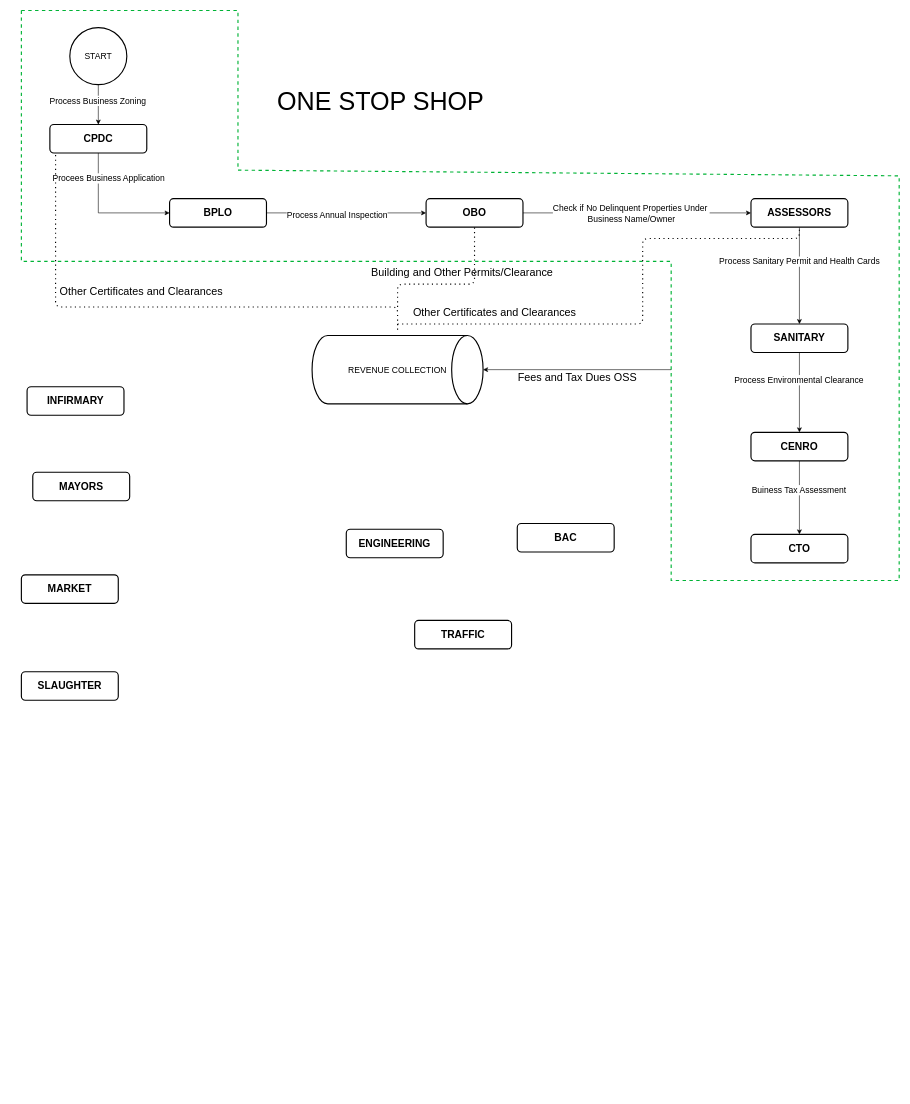
Earlier version of the draw.io diagram Untitled Diagram.drawio (sonjie24/Schema). Source tidied: cells renumbered, new cells numbered last; positions are measured from the earlier drawing's top-left corner, leaving out a move shared by most shapes. Both pictures are drawn from the tidied source at 57%, with x=0, y=0 at pixel (21, 10).
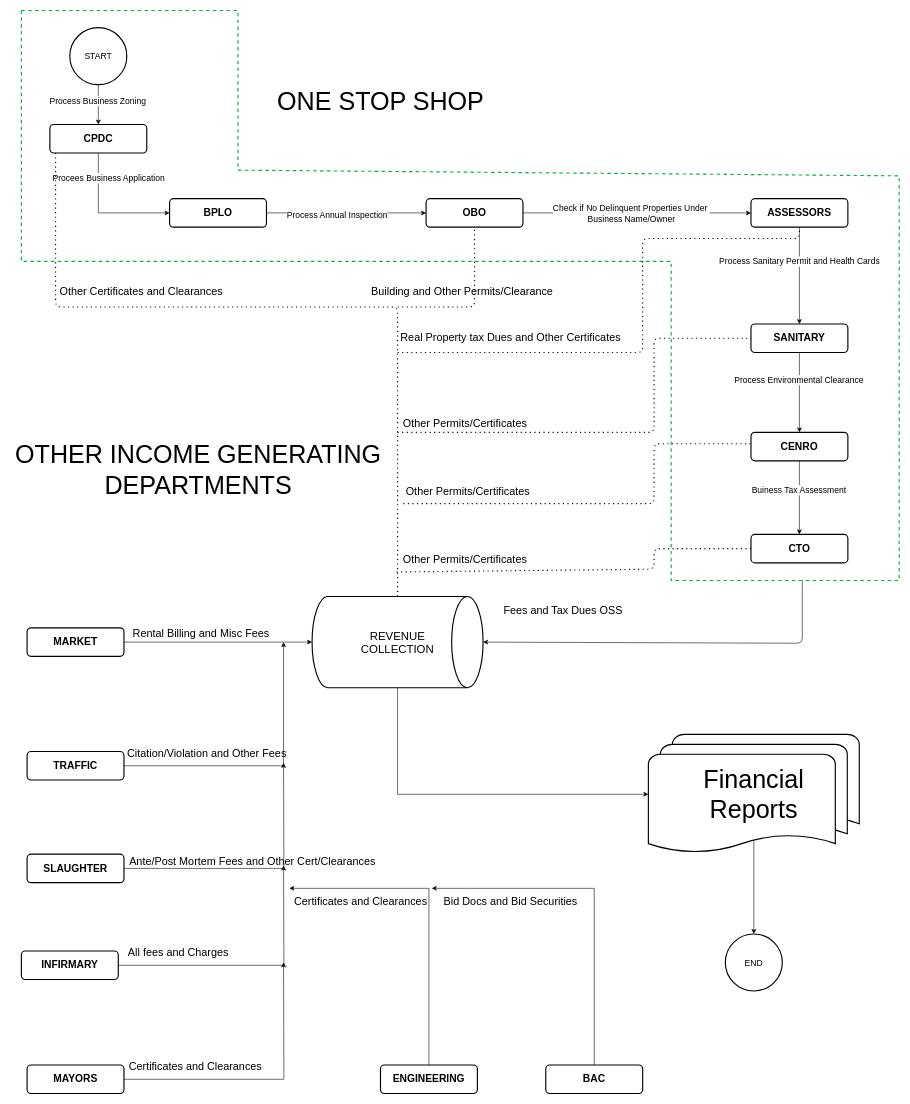
After the change.

The change refers to these unchanged cells:
```xml
<mxCell id="11" value="&lt;h2&gt;OBO&lt;/h2&gt;" style="rounded=1;whiteSpace=wrap;html=1;absoluteArcSize=1;arcSize=14;strokeWidth=2;" parent="1" vertex="1">
  <mxGeometry x="710" y="330" width="170" height="50" as="geometry" />
</mxCell>
<mxCell id="15" value="&lt;h2&gt;ASSESSORS&lt;/h2&gt;" style="rounded=1;whiteSpace=wrap;html=1;absoluteArcSize=1;arcSize=14;strokeWidth=2;" parent="1" vertex="1">
  <mxGeometry x="1280" y="330" width="170" height="50" as="geometry" />
</mxCell>
<mxCell id="19" value="&lt;h2&gt;SANITARY&lt;/h2&gt;" style="rounded=1;whiteSpace=wrap;html=1;absoluteArcSize=1;arcSize=14;strokeWidth=2;" parent="1" vertex="1">
  <mxGeometry x="1280" y="550" width="170" height="50" as="geometry" />
</mxCell>
<mxCell id="31" value="&lt;h2&gt;CTO&lt;/h2&gt;" style="rounded=1;whiteSpace=wrap;html=1;absoluteArcSize=1;arcSize=14;strokeWidth=2;" parent="1" vertex="1">
  <mxGeometry x="1280" y="919" width="170" height="50" as="geometry" />
</mxCell>
```

What changed in the source:
```diff
@@
+    <mxCell id="42" style="edgeStyle=orthogonalEdgeStyle;rounded=0;jettySize=auto;html=1;fontFamily=Helvetica;fontSize=20;" parent="1" edge="1" source="8">
+      <mxGeometry relative="1" as="geometry">
+        <mxPoint x="460" y="1670" as="targetPoint" />
+      </mxGeometry>
+    </mxCell>
     <mxCell id="8" value="&lt;h2&gt;MAYORS&lt;/h2&gt;" style="rounded=1;whiteSpace=wrap;html=1;absoluteArcSize=1;arcSize=14;strokeWidth=2;" parent="1" vertex="1">
-      <mxGeometry x="20" y="810" width="170" height="50" as="geometry" />
+      <mxGeometry x="10" y="1850" width="170" height="50" as="geometry" />
     </mxCell>
@@
+    <mxCell id="43" style="edgeStyle=orthogonalEdgeStyle;rounded=0;jettySize=auto;html=1;fontFamily=Helvetica;fontSize=20;" parent="1" edge="1" source="12">
+      <mxGeometry relative="1" as="geometry">
+        <mxPoint x="470" y="1540" as="targetPoint" />
+        <Array as="points">
+          <mxPoint x="715" y="1540" />
+        </Array>
+      </mxGeometry>
+    </mxCell>
     <mxCell id="12" value="&lt;h2&gt;ENGINEERING&lt;/h2&gt;" style="rounded=1;whiteSpace=wrap;html=1;absoluteArcSize=1;arcSize=14;strokeWidth=2;" parent="1" vertex="1">
-      <mxGeometry x="570" y="910" width="170" height="50" as="geometry" />
+      <mxGeometry x="630" y="1850" width="170" height="50" as="geometry" />
     </mxCell>
@@
+    <mxCell id="44" style="edgeStyle=orthogonalEdgeStyle;rounded=0;jettySize=auto;html=1;fontFamily=Helvetica;fontSize=20;" parent="1" edge="1" source="16">
+      <mxGeometry relative="1" as="geometry">
+        <mxPoint x="460" y="1500" as="targetPoint" />
+      </mxGeometry>
+    </mxCell>
     <mxCell id="16" value="&lt;h2&gt;INFIRMARY&lt;/h2&gt;" style="rounded=1;whiteSpace=wrap;html=1;absoluteArcSize=1;arcSize=14;strokeWidth=2;" parent="1" vertex="1">
-      <mxGeometry x="10" y="660" width="170" height="50" as="geometry" />
+      <mxGeometry y="1650" width="170" height="50" as="geometry" />
     </mxCell>
@@
+    <mxCell id="45" style="edgeStyle=orthogonalEdgeStyle;rounded=0;jettySize=auto;html=1;exitX=1;exitY=0.5;exitDx=0;exitDy=0;fontFamily=Helvetica;fontSize=20;" parent="1" edge="1" source="23">
+      <mxGeometry relative="1" as="geometry">
+        <mxPoint x="460" y="1108" as="targetPoint" />
+        <Array as="points">
+          <mxPoint x="460" y="1325" />
+          <mxPoint x="460" y="1125" />
+        </Array>
+      </mxGeometry>
+    </mxCell>
     <mxCell id="23" value="&lt;h2&gt;TRAFFIC&lt;/h2&gt;" style="rounded=1;whiteSpace=wrap;html=1;absoluteArcSize=1;arcSize=14;strokeWidth=2;" parent="1" vertex="1">
-      <mxGeometry x="690" y="1070" width="170" height="50" as="geometry" />
+      <mxGeometry x="10" y="1300" width="170" height="50" as="geometry" />
     </mxCell>
+    <mxCell id="46" style="edgeStyle=orthogonalEdgeStyle;rounded=0;jettySize=auto;html=1;fontFamily=Helvetica;fontSize=20;" parent="1" edge="1" source="24">
+      <mxGeometry relative="1" as="geometry">
+        <mxPoint x="720" y="1540" as="targetPoint" />
+        <Array as="points">
+          <mxPoint x="1005" y="1540" />
+          <mxPoint x="790" y="1540" />
+        </Array>
+      </mxGeometry>
+    </mxCell>
     <mxCell id="24" value="&lt;h2&gt;BAC&lt;/h2&gt;" style="rounded=1;whiteSpace=wrap;html=1;absoluteArcSize=1;arcSize=14;strokeWidth=2;" parent="1" vertex="1">
-      <mxGeometry x="870" y="900" width="170" height="50" as="geometry" />
+      <mxGeometry x="920" y="1850" width="170" height="50" as="geometry" />
     </mxCell>
+    <mxCell id="47" style="edgeStyle=orthogonalEdgeStyle;rounded=0;jettySize=auto;html=1;fontFamily=Helvetica;fontSize=20;" parent="1" edge="1" source="25">
+      <mxGeometry relative="1" as="geometry">
+        <mxPoint x="460" y="1320" as="targetPoint" />
+      </mxGeometry>
+    </mxCell>
     <mxCell id="25" value="&lt;h2&gt;SLAUGHTER&lt;/h2&gt;" style="rounded=1;whiteSpace=wrap;html=1;absoluteArcSize=1;arcSize=14;strokeWidth=2;" parent="1" vertex="1">
-      <mxGeometry y="1160" width="170" height="50" as="geometry" />
+      <mxGeometry x="10" y="1480" width="170" height="50" as="geometry" />
     </mxCell>
+    <mxCell id="48" style="edgeStyle=orthogonalEdgeStyle;rounded=0;jettySize=auto;html=1;fontFamily=Helvetica;fontSize=20;" parent="1" edge="1" source="26" target="30">
+      <mxGeometry relative="1" as="geometry" />
+    </mxCell>
     <mxCell id="26" value="&lt;h2&gt;MARKET&lt;/h2&gt;" style="rounded=1;whiteSpace=wrap;html=1;absoluteArcSize=1;arcSize=14;strokeWidth=2;" parent="1" vertex="1">
-      <mxGeometry y="990" width="170" height="50" as="geometry" />
+      <mxGeometry x="10" y="1083" width="170" height="50" as="geometry" />
     </mxCell>
@@
+    <mxCell id="49" style="edgeStyle=orthogonalEdgeStyle;rounded=0;jettySize=auto;html=1;fontFamily=Helvetica;fontSize=44;entryX=0;entryY=0.5;entryDx=0;entryDy=0;entryPerimeter=0;" parent="1" edge="1" source="30" target="58">
+      <mxGeometry relative="1" as="geometry">
+        <Array as="points">
+          <mxPoint x="660" y="1375" />
+        </Array>
+      </mxGeometry>
+    </mxCell>
-    <mxCell id="30" value="REVENUE COLLECTION" style="strokeWidth=2;html=1;shape=mxgraph.flowchart.direct_data;whiteSpace=wrap;fontSize=15;" parent="1" vertex="1">
-      <mxGeometry x="510" y="570" width="300" height="120" as="geometry" />
+    <mxCell id="30" value="REVENUE &lt;br&gt;COLLECTION" style="strokeWidth=2;html=1;shape=mxgraph.flowchart.direct_data;whiteSpace=wrap;fontSize=20;" parent="1" vertex="1">
+      <mxGeometry x="510" y="1028" width="300" height="160" as="geometry" />
     </mxCell>
@@
     <mxCell id="34" style="endArrow=classic;html=1;fontFamily=Helvetica;fontSize=44;entryX=1;entryY=0.5;entryDx=0;entryDy=0;entryPerimeter=0;" parent="1" edge="1" target="30">
       <mxGeometry relative="1" as="geometry">
-        <mxPoint x="1140" y="630" as="sourcePoint" />
+        <mxPoint x="1370" y="1000" as="sourcePoint" />
+        <Array as="points">
+          <mxPoint x="1370" y="1110" />
+        </Array>
       </mxGeometry>
     </mxCell>
-    <mxCell id="35" style="endArrow=none;dashed=1;html=1;dashPattern=1 3;strokeWidth=2;fontFamily=Helvetica;fontSize=44;" parent="1" edge="1">
+    <mxCell id="35" style="endArrow=none;dashed=1;html=1;dashPattern=1 3;strokeWidth=2;fontFamily=Helvetica;fontSize=44;exitX=0.5;exitY=0;exitDx=0;exitDy=0;exitPerimeter=0;" parent="1" edge="1" source="30">
       <mxGeometry relative="1" as="geometry">
-        <mxPoint x="660" y="560" as="sourcePoint" />
         <mxPoint x="60" y="250" as="targetPoint" />
         <Array as="points">
           <mxPoint x="660" y="520" />
           <mxPoint x="60" y="520" />
         </Array>
       </mxGeometry>
     </mxCell>
@@
     <mxCell id="37" style="endArrow=none;dashed=1;html=1;dashPattern=1 3;strokeWidth=2;fontFamily=Helvetica;fontSize=44;entryX=0.5;entryY=1;entryDx=0;entryDy=0;" parent="1" edge="1" target="11">
       <mxGeometry relative="1" as="geometry">
         <mxPoint x="660" y="520" as="sourcePoint" />
         <Array as="points">
-          <mxPoint x="660" y="480" />
-          <mxPoint x="795" y="480" />
+          <mxPoint x="795" y="520" />
         </Array>
       </mxGeometry>
     </mxCell>
     <mxCell id="38" value="&lt;font style=&quot;font-size: 19px&quot;&gt;Building and Other Permits/Clearance&lt;/font&gt;" style="text;html=1;align=center;verticalAlign=middle;fontSize=44;fontFamily=Helvetica;" parent="1" vertex="1">
-      <mxGeometry x="608" y="416" width="330" height="70" as="geometry" />
+      <mxGeometry x="608" y="450" width="330" height="70" as="geometry" />
     </mxCell>
     <mxCell id="39" style="endArrow=none;dashed=1;html=1;dashPattern=1 3;strokeWidth=2;fontFamily=Helvetica;fontSize=44;entryX=0.5;entryY=1;entryDx=0;entryDy=0;" parent="1" edge="1" target="15">
       <mxGeometry relative="1" as="geometry">
-        <mxPoint x="660" y="550" as="sourcePoint" />
+        <mxPoint x="660" y="600" as="sourcePoint" />
         <Array as="points">
-          <mxPoint x="1090" y="550" />
+          <mxPoint x="1090" y="600" />
           <mxPoint x="1090" y="400" />
           <mxPoint x="1365" y="400" />
         </Array>
       </mxGeometry>
     </mxCell>
     <mxCell id="40" value="&lt;span style=&quot;font-size: 19px&quot;&gt;Fees and Tax Dues OSS&lt;/span&gt;" style="text;html=1;align=center;verticalAlign=middle;fontSize=44;fontFamily=Helvetica;" parent="1" vertex="1">
-      <mxGeometry x="865" y="600" width="220" height="70" as="geometry" />
+      <mxGeometry x="840" y="1010" width="220" height="70" as="geometry" />
     </mxCell>
-    <mxCell id="41" value="&lt;font style=&quot;font-size: 19px&quot;&gt;Other Certificates and Clearances&lt;/font&gt;" style="text;html=1;align=center;verticalAlign=middle;fontSize=44;fontFamily=Helvetica;" parent="1" vertex="1">
-      <mxGeometry x="680" y="486" width="300" height="70" as="geometry" />
+    <mxCell id="41" value="&lt;font style=&quot;font-size: 19px&quot;&gt;Real Property tax Dues and Other Certificates&lt;/font&gt;" style="text;html=1;align=center;verticalAlign=middle;fontSize=44;fontFamily=Helvetica;" parent="1" vertex="1">
+      <mxGeometry x="658" y="530" width="400" height="70" as="geometry" />
     </mxCell>
+    <mxCell id="50" style="endArrow=none;dashed=1;html=1;dashPattern=1 3;strokeWidth=2;fontFamily=Helvetica;fontSize=44;entryX=0;entryY=0.5;entryDx=0;entryDy=0;" parent="1" edge="1" target="19">
+      <mxGeometry relative="1" as="geometry">
+        <mxPoint x="660" y="740" as="sourcePoint" />
+        <Array as="points">
+          <mxPoint x="1110" y="740" />
+          <mxPoint x="1110" y="575" />
+        </Array>
+      </mxGeometry>
+    </mxCell>
+    <mxCell id="51" value="&lt;font style=&quot;font-size: 19px&quot;&gt;Other Permits/Certificates&lt;/font&gt;" style="text;html=1;align=center;verticalAlign=middle;fontSize=44;fontFamily=Helvetica;" parent="1" vertex="1">
+      <mxGeometry x="663" y="681" width="230" height="70" as="geometry" />
+    </mxCell>
+    <mxCell id="52" style="endArrow=none;dashed=1;html=1;dashPattern=1 3;strokeWidth=2;fontFamily=Helvetica;fontSize=44;entryX=0;entryY=0.5;entryDx=0;entryDy=0;" parent="1" edge="1">
+      <mxGeometry relative="1" as="geometry">
+        <mxPoint x="670" y="865" as="sourcePoint" />
+        <mxPoint x="1280" y="760" as="targetPoint" />
+        <Array as="points">
+          <mxPoint x="1110" y="865" />
+          <mxPoint x="1110" y="760" />
+        </Array>
+      </mxGeometry>
+    </mxCell>
+    <mxCell id="53" value="&lt;font style=&quot;font-size: 19px&quot;&gt;Other Permits/Certificates&lt;/font&gt;" style="text;html=1;align=center;verticalAlign=middle;fontSize=44;fontFamily=Helvetica;" parent="1" vertex="1">
+      <mxGeometry x="668" y="800" width="230" height="70" as="geometry" />
+    </mxCell>
+    <mxCell id="54" style="endArrow=none;dashed=1;html=1;dashPattern=1 3;strokeWidth=2;fontFamily=Helvetica;fontSize=44;entryX=0;entryY=0.5;entryDx=0;entryDy=0;" parent="1" edge="1" target="31">
+      <mxGeometry relative="1" as="geometry">
+        <mxPoint x="658" y="985" as="sourcePoint" />
+        <Array as="points">
+          <mxPoint x="1110" y="980" />
+          <mxPoint x="1110" y="944" />
+        </Array>
+      </mxGeometry>
+    </mxCell>
+    <mxCell id="55" value="&lt;font style=&quot;font-size: 19px&quot;&gt;Other Permits/Certificates&lt;/font&gt;" style="text;html=1;align=center;verticalAlign=middle;fontSize=44;fontFamily=Helvetica;" parent="1" vertex="1">
+      <mxGeometry x="663" y="919" width="230" height="70" as="geometry" />
+    </mxCell>
+    <mxCell id="56" value="OTHER INCOME GENERATING&lt;br&gt;DEPARTMENTS" style="text;html=1;align=center;verticalAlign=middle;fontSize=44;fontFamily=Helvetica;" parent="1" vertex="1">
+      <mxGeometry x="-20" y="751" width="660" height="110" as="geometry" />
+    </mxCell>
+    <mxCell id="57" style="edgeStyle=orthogonalEdgeStyle;rounded=0;jettySize=auto;html=1;fontFamily=Helvetica;fontSize=20;exitX=0.5;exitY=0.88;exitDx=0;exitDy=0;exitPerimeter=0;" parent="1" edge="1" source="58" target="59">
+      <mxGeometry relative="1" as="geometry" />
+    </mxCell>
+    <mxCell id="58" value="Financial &lt;br&gt;Reports" style="strokeWidth=2;html=1;shape=mxgraph.flowchart.multi-document;whiteSpace=wrap;labelBackgroundColor=#ffffff;fontFamily=Helvetica;fontSize=44;" parent="1" vertex="1">
+      <mxGeometry x="1100" y="1270" width="370" height="210" as="geometry" />
+    </mxCell>
+    <mxCell id="59" value="END" style="strokeWidth=2;html=1;shape=mxgraph.flowchart.start_2;whiteSpace=wrap;fontSize=15;" parent="1" vertex="1">
+      <mxGeometry x="1235" y="1620" width="100" height="100" as="geometry" />
+    </mxCell>
+    <mxCell id="60" value="&lt;font style=&quot;font-size: 19px&quot;&gt;Rental Billing and Misc Fees&lt;/font&gt;" style="text;html=1;align=center;verticalAlign=middle;fontSize=44;fontFamily=Helvetica;" parent="1" vertex="1">
+      <mxGeometry x="185" y="1050" width="260" height="70" as="geometry" />
+    </mxCell>
+    <mxCell id="61" value="&lt;font style=&quot;font-size: 19px&quot;&gt;Citation/Violation and Other Fees&lt;/font&gt;" style="text;html=1;align=center;verticalAlign=middle;fontSize=44;fontFamily=Helvetica;" parent="1" vertex="1">
+      <mxGeometry x="180" y="1260" width="290" height="70" as="geometry" />
+    </mxCell>
+    <mxCell id="62" value="&lt;font style=&quot;font-size: 19px&quot;&gt;Ante/Post Mortem Fees and Other Cert/Clearances&lt;/font&gt;" style="text;html=1;align=center;verticalAlign=middle;fontSize=44;fontFamily=Helvetica;" parent="1" vertex="1">
+      <mxGeometry x="180" y="1450" width="450" height="70" as="geometry" />
+    </mxCell>
+    <mxCell id="63" value="&lt;span style=&quot;font-size: 19px&quot;&gt;All fees and Charges&lt;/span&gt;" style="text;html=1;align=center;verticalAlign=middle;fontSize=44;fontFamily=Helvetica;" parent="1" vertex="1">
+      <mxGeometry x="180" y="1610" width="190" height="70" as="geometry" />
+    </mxCell>
+    <mxCell id="64" value="&lt;span style=&quot;font-size: 19px&quot;&gt;Certificates and Clearances&lt;/span&gt;" style="text;html=1;align=center;verticalAlign=middle;fontSize=44;fontFamily=Helvetica;" parent="1" vertex="1">
+      <mxGeometry x="180" y="1810" width="250" height="70" as="geometry" />
+    </mxCell>
+    <mxCell id="65" value="&lt;span style=&quot;font-size: 19px&quot;&gt;Certificates and Clearances&lt;/span&gt;" style="text;html=1;align=center;verticalAlign=middle;fontSize=44;fontFamily=Helvetica;" parent="1" vertex="1">
+      <mxGeometry x="470" y="1520" width="250" height="70" as="geometry" />
+    </mxCell>
+    <mxCell id="66" value="&lt;span style=&quot;font-size: 19px&quot;&gt;Bid Docs and Bid Securities&lt;/span&gt;" style="text;html=1;align=center;verticalAlign=middle;fontSize=44;fontFamily=Helvetica;" parent="1" vertex="1">
+      <mxGeometry x="733" y="1520" width="250" height="70" as="geometry" />
+    </mxCell>
```
